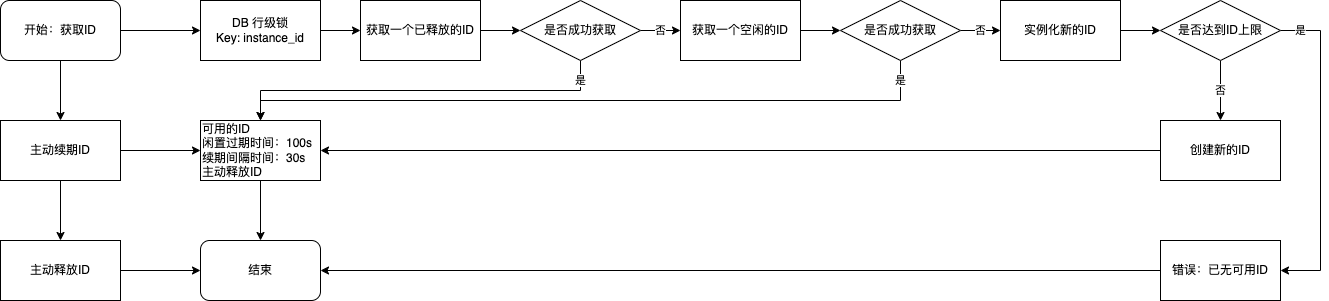
Above: docs/flow/node_id.drawio.png in go-micro-saas/nodeid-service (draw.io), before the change. Source tidied: cells renumbered, new cells last; positions are measured from the earlier drawing's top-left corner, leaving out a move shared by most shapes. The source it was exported from:
```xml
<mxGraphModel>
  <root>
    <mxCell id="0" />
    <mxCell id="1" parent="0" />
    <mxCell id="2" style="edgeStyle=orthogonalEdgeStyle;rounded=0;jettySize=auto;html=1;exitX=1;exitY=0.5;exitDx=0;exitDy=0;entryX=0;entryY=0.5;entryDx=0;entryDy=0;" parent="1" edge="1" source="3" target="5">
      <mxGeometry relative="1" as="geometry" />
    </mxCell>
    <mxCell id="3" value="DB 行级锁&lt;br&gt;Key: instance_id" style="rounded=0;whiteSpace=wrap;html=1;" parent="1" vertex="1">
      <mxGeometry x="200" width="120" height="60" as="geometry" />
    </mxCell>
    <mxCell id="4" style="edgeStyle=orthogonalEdgeStyle;rounded=0;jettySize=auto;html=1;" parent="1" edge="1" source="5" target="8">
      <mxGeometry relative="1" as="geometry" />
    </mxCell>
    <mxCell id="5" value="获取一个已释放的ID" style="rounded=0;whiteSpace=wrap;html=1;" parent="1" vertex="1">
      <mxGeometry x="360" width="120" height="60" as="geometry" />
    </mxCell>
    <mxCell id="6" value="否" style="edgeStyle=orthogonalEdgeStyle;rounded=0;jettySize=auto;html=1;exitX=1;exitY=0.5;exitDx=0;exitDy=0;" parent="1" edge="1" source="8" target="10">
      <mxGeometry relative="1" as="geometry" />
    </mxCell>
    <mxCell id="7" value="是" style="edgeStyle=orthogonalEdgeStyle;rounded=0;jettySize=auto;html=1;exitX=0.5;exitY=1;exitDx=0;exitDy=0;entryX=0.5;entryY=0;entryDx=0;entryDy=0;" parent="1" edge="1" source="8" target="25">
      <mxGeometry x="-0.89" relative="1" as="geometry" />
    </mxCell>
    <mxCell id="8" value="是否成功获取" style="rhombus;whiteSpace=wrap;html=1;rounded=0;" parent="1" vertex="1">
      <mxGeometry x="520" width="120" height="60" as="geometry" />
    </mxCell>
    <mxCell id="9" style="edgeStyle=orthogonalEdgeStyle;rounded=0;jettySize=auto;html=1;exitX=1;exitY=0.5;exitDx=0;exitDy=0;entryX=0;entryY=0.5;entryDx=0;entryDy=0;" parent="1" edge="1" source="10" target="13">
      <mxGeometry relative="1" as="geometry" />
    </mxCell>
    <mxCell id="10" value="获取一个空闲的ID" style="rounded=0;whiteSpace=wrap;html=1;" parent="1" vertex="1">
      <mxGeometry x="680" width="120" height="60" as="geometry" />
    </mxCell>
    <mxCell id="11" value="否" style="edgeStyle=orthogonalEdgeStyle;rounded=0;jettySize=auto;html=1;exitX=1;exitY=0.5;exitDx=0;exitDy=0;entryX=0;entryY=0.5;entryDx=0;entryDy=0;" parent="1" edge="1" source="13" target="15">
      <mxGeometry relative="1" as="geometry" />
    </mxCell>
    <mxCell id="12" value="是" style="edgeStyle=orthogonalEdgeStyle;rounded=0;jettySize=auto;html=1;exitX=0.5;exitY=1;exitDx=0;exitDy=0;" parent="1" edge="1" source="13" target="25">
      <mxGeometry x="-0.94" relative="1" as="geometry">
        <Array as="points">
          <mxPoint x="900" y="100" />
          <mxPoint x="260" y="100" />
        </Array>
      </mxGeometry>
    </mxCell>
    <mxCell id="13" value="是否成功获取" style="rhombus;whiteSpace=wrap;html=1;rounded=0;" parent="1" vertex="1">
      <mxGeometry x="840" width="120" height="60" as="geometry" />
    </mxCell>
    <mxCell id="14" style="edgeStyle=orthogonalEdgeStyle;rounded=0;jettySize=auto;html=1;exitX=1;exitY=0.5;exitDx=0;exitDy=0;entryX=0;entryY=0.5;entryDx=0;entryDy=0;" parent="1" edge="1" source="15" target="18">
      <mxGeometry relative="1" as="geometry" />
    </mxCell>
    <mxCell id="15" value="实例化新的ID" style="rounded=0;whiteSpace=wrap;html=1;" parent="1" vertex="1">
      <mxGeometry x="1000" width="120" height="60" as="geometry" />
    </mxCell>
    <mxCell id="16" value="否" style="edgeStyle=orthogonalEdgeStyle;rounded=0;jettySize=auto;html=1;exitX=0.5;exitY=1;exitDx=0;exitDy=0;entryX=0.5;entryY=0;entryDx=0;entryDy=0;" parent="1" edge="1" source="18" target="20">
      <mxGeometry relative="1" as="geometry" />
    </mxCell>
    <mxCell id="17" value="是" style="edgeStyle=orthogonalEdgeStyle;rounded=0;jettySize=auto;html=1;exitX=1;exitY=0.5;exitDx=0;exitDy=0;" parent="1" edge="1" source="18" target="23">
      <mxGeometry x="-0.88" relative="1" as="geometry">
        <Array as="points">
          <mxPoint x="1320" y="30" />
          <mxPoint x="1320" y="270" />
        </Array>
      </mxGeometry>
    </mxCell>
    <mxCell id="18" value="是否达到ID上限" style="rhombus;whiteSpace=wrap;html=1;rounded=0;" parent="1" vertex="1">
      <mxGeometry x="1160" width="120" height="60" as="geometry" />
    </mxCell>
    <mxCell id="19" style="edgeStyle=orthogonalEdgeStyle;rounded=0;jettySize=auto;html=1;exitX=0;exitY=0.5;exitDx=0;exitDy=0;" parent="1" edge="1" source="20" target="25">
      <mxGeometry x="-0.78" relative="1" as="geometry" />
    </mxCell>
    <mxCell id="20" value="创建新的ID" style="rounded=0;whiteSpace=wrap;html=1;" parent="1" vertex="1">
      <mxGeometry x="1160" y="120" width="120" height="60" as="geometry" />
    </mxCell>
    <mxCell id="21" value="结束" style="rounded=1;whiteSpace=wrap;html=1;" parent="1" vertex="1">
      <mxGeometry x="200" y="240" width="120" height="60" as="geometry" />
    </mxCell>
    <mxCell id="22" style="edgeStyle=orthogonalEdgeStyle;rounded=0;jettySize=auto;html=1;exitX=0;exitY=0.5;exitDx=0;exitDy=0;" parent="1" edge="1" source="23" target="21">
      <mxGeometry relative="1" as="geometry" />
    </mxCell>
    <mxCell id="23" value="错误：已无可用ID" style="rounded=0;whiteSpace=wrap;html=1;" parent="1" vertex="1">
      <mxGeometry x="1160" y="240" width="120" height="60" as="geometry" />
    </mxCell>
    <mxCell id="24" style="edgeStyle=orthogonalEdgeStyle;rounded=0;jettySize=auto;html=1;exitX=0.5;exitY=1;exitDx=0;exitDy=0;entryX=0.5;entryY=0;entryDx=0;entryDy=0;" parent="1" edge="1" source="25" target="21">
      <mxGeometry relative="1" as="geometry" />
    </mxCell>
    <mxCell id="25" value="可用的ID&lt;br&gt;闲置过期时间：100s&lt;br&gt;续期间隔时间：30s&lt;br&gt;主动释放ID" style="rounded=0;whiteSpace=wrap;html=1;align=left;" parent="1" vertex="1">
      <mxGeometry x="200" y="120" width="120" height="60" as="geometry" />
    </mxCell>
    <mxCell id="26" style="edgeStyle=orthogonalEdgeStyle;rounded=0;jettySize=auto;html=1;exitX=1;exitY=0.5;exitDx=0;exitDy=0;" parent="1" edge="1" source="28" target="3">
      <mxGeometry relative="1" as="geometry" />
    </mxCell>
    <mxCell id="27" style="edgeStyle=orthogonalEdgeStyle;rounded=0;jettySize=auto;html=1;exitX=0.5;exitY=1;exitDx=0;exitDy=0;" parent="1" edge="1" source="28" target="31">
      <mxGeometry relative="1" as="geometry" />
    </mxCell>
    <mxCell id="28" value="开始：获取ID" style="rounded=1;whiteSpace=wrap;html=1;" parent="1" vertex="1">
      <mxGeometry width="120" height="60" as="geometry" />
    </mxCell>
    <mxCell id="29" style="edgeStyle=orthogonalEdgeStyle;rounded=0;jettySize=auto;html=1;exitX=0.5;exitY=1;exitDx=0;exitDy=0;entryX=0.5;entryY=0;entryDx=0;entryDy=0;" parent="1" edge="1" source="31" target="33">
      <mxGeometry relative="1" as="geometry" />
    </mxCell>
    <mxCell id="30" style="edgeStyle=orthogonalEdgeStyle;rounded=0;jettySize=auto;html=1;exitX=1;exitY=0.5;exitDx=0;exitDy=0;" parent="1" edge="1" source="31" target="25">
      <mxGeometry relative="1" as="geometry" />
    </mxCell>
    <mxCell id="31" value="主动续期ID" style="rounded=0;whiteSpace=wrap;html=1;" parent="1" vertex="1">
      <mxGeometry y="120" width="120" height="60" as="geometry" />
    </mxCell>
    <mxCell id="32" style="edgeStyle=orthogonalEdgeStyle;rounded=0;jettySize=auto;html=1;exitX=1;exitY=0.5;exitDx=0;exitDy=0;" parent="1" edge="1" source="33" target="21">
      <mxGeometry relative="1" as="geometry" />
    </mxCell>
    <mxCell id="33" value="主动释放ID" style="rounded=0;whiteSpace=wrap;html=1;" parent="1" vertex="1">
      <mxGeometry y="240" width="120" height="60" as="geometry" />
    </mxCell>
  </root>
</mxGraphModel>
```
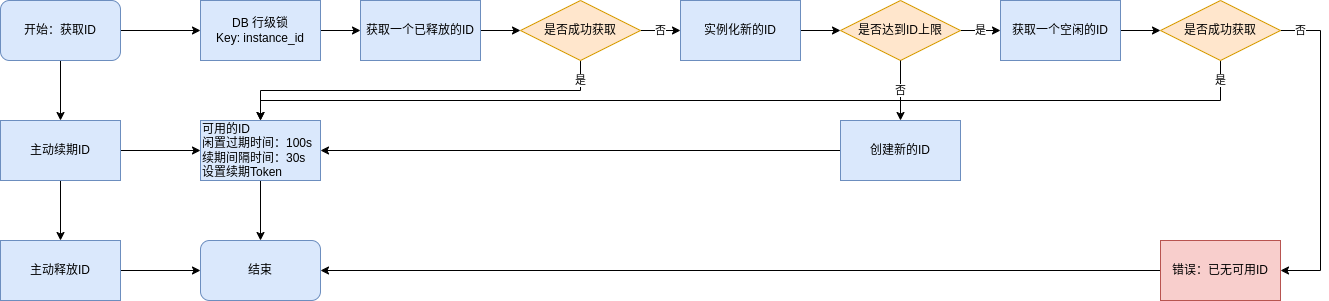
After the commit.

Commit message:
feat: 更新node-id获取流程图

What changed in the source:
```diff
@@ -5,13 +5,13 @@
     <mxCell id="2" style="edgeStyle=orthogonalEdgeStyle;rounded=0;jettySize=auto;html=1;exitX=1;exitY=0.5;exitDx=0;exitDy=0;entryX=0;entryY=0.5;entryDx=0;entryDy=0;" parent="1" edge="1" source="3" target="5">
       <mxGeometry relative="1" as="geometry" />
     </mxCell>
-    <mxCell id="3" value="DB 行级锁&lt;br&gt;Key: instance_id" style="rounded=0;whiteSpace=wrap;html=1;" parent="1" vertex="1">
+    <mxCell id="3" value="DB 行级锁&lt;br&gt;Key: instance_id" style="rounded=0;whiteSpace=wrap;html=1;fillColor=#dae8fc;strokeColor=#6c8ebf;" parent="1" vertex="1">
       <mxGeometry x="200" width="120" height="60" as="geometry" />
     </mxCell>
     <mxCell id="4" style="edgeStyle=orthogonalEdgeStyle;rounded=0;jettySize=auto;html=1;" parent="1" edge="1" source="5" target="8">
       <mxGeometry relative="1" as="geometry" />
     </mxCell>
-    <mxCell id="5" value="获取一个已释放的ID" style="rounded=0;whiteSpace=wrap;html=1;" parent="1" vertex="1">
+    <mxCell id="5" value="获取一个已释放的ID" style="rounded=0;whiteSpace=wrap;html=1;fillColor=#dae8fc;strokeColor=#6c8ebf;" parent="1" vertex="1">
       <mxGeometry x="360" width="120" height="60" as="geometry" />
     </mxCell>
     <mxCell id="6" value="否" style="edgeStyle=orthogonalEdgeStyle;rounded=0;jettySize=auto;html=1;exitX=1;exitY=0.5;exitDx=0;exitDy=0;" parent="1" edge="1" source="8" target="10">
@@ -20,39 +20,31 @@
     <mxCell id="7" value="是" style="edgeStyle=orthogonalEdgeStyle;rounded=0;jettySize=auto;html=1;exitX=0.5;exitY=1;exitDx=0;exitDy=0;entryX=0.5;entryY=0;entryDx=0;entryDy=0;" parent="1" edge="1" source="8" target="25">
       <mxGeometry x="-0.89" relative="1" as="geometry" />
     </mxCell>
-    <mxCell id="8" value="是否成功获取" style="rhombus;whiteSpace=wrap;html=1;rounded=0;" parent="1" vertex="1">
+    <mxCell id="8" value="是否成功获取" style="rhombus;whiteSpace=wrap;html=1;rounded=0;fillColor=#ffe6cc;strokeColor=#d79b00;" parent="1" vertex="1">
       <mxGeometry x="520" width="120" height="60" as="geometry" />
     </mxCell>
     <mxCell id="9" style="edgeStyle=orthogonalEdgeStyle;rounded=0;jettySize=auto;html=1;exitX=1;exitY=0.5;exitDx=0;exitDy=0;entryX=0;entryY=0.5;entryDx=0;entryDy=0;" parent="1" edge="1" source="10" target="13">
       <mxGeometry relative="1" as="geometry" />
     </mxCell>
-    <mxCell id="10" value="获取一个空闲的ID" style="rounded=0;whiteSpace=wrap;html=1;" parent="1" vertex="1">
+    <mxCell id="10" value="&lt;div&gt;实例化新的ID&lt;/div&gt;" style="rounded=0;whiteSpace=wrap;html=1;fillColor=#dae8fc;strokeColor=#6c8ebf;" parent="1" vertex="1">
       <mxGeometry x="680" width="120" height="60" as="geometry" />
     </mxCell>
-    <mxCell id="11" value="否" style="edgeStyle=orthogonalEdgeStyle;rounded=0;jettySize=auto;html=1;exitX=1;exitY=0.5;exitDx=0;exitDy=0;entryX=0;entryY=0.5;entryDx=0;entryDy=0;" parent="1" edge="1" source="13" target="15">
+    <mxCell id="11" value="是" style="edgeStyle=orthogonalEdgeStyle;rounded=0;jettySize=auto;html=1;exitX=1;exitY=0.5;exitDx=0;exitDy=0;entryX=0;entryY=0.5;entryDx=0;entryDy=0;" parent="1" edge="1" source="13" target="15">
       <mxGeometry relative="1" as="geometry" />
     </mxCell>
-    <mxCell id="12" value="是" style="edgeStyle=orthogonalEdgeStyle;rounded=0;jettySize=auto;html=1;exitX=0.5;exitY=1;exitDx=0;exitDy=0;" parent="1" edge="1" source="13" target="25">
-      <mxGeometry x="-0.94" relative="1" as="geometry">
-        <Array as="points">
-          <mxPoint x="900" y="100" />
-          <mxPoint x="260" y="100" />
-        </Array>
-      </mxGeometry>
-    </mxCell>
-    <mxCell id="13" value="是否成功获取" style="rhombus;whiteSpace=wrap;html=1;rounded=0;" parent="1" vertex="1">
+    <mxCell id="13" value="是否达到ID上限" style="rhombus;whiteSpace=wrap;html=1;rounded=0;fillColor=#ffe6cc;strokeColor=#d79b00;" parent="1" vertex="1">
       <mxGeometry x="840" width="120" height="60" as="geometry" />
     </mxCell>
     <mxCell id="14" style="edgeStyle=orthogonalEdgeStyle;rounded=0;jettySize=auto;html=1;exitX=1;exitY=0.5;exitDx=0;exitDy=0;entryX=0;entryY=0.5;entryDx=0;entryDy=0;" parent="1" edge="1" source="15" target="18">
       <mxGeometry relative="1" as="geometry" />
     </mxCell>
-    <mxCell id="15" value="实例化新的ID" style="rounded=0;whiteSpace=wrap;html=1;" parent="1" vertex="1">
+    <mxCell id="15" value="获取一个空闲的ID" style="rounded=0;whiteSpace=wrap;html=1;fillColor=#dae8fc;strokeColor=#6c8ebf;" parent="1" vertex="1">
       <mxGeometry x="1000" width="120" height="60" as="geometry" />
     </mxCell>
-    <mxCell id="16" value="否" style="edgeStyle=orthogonalEdgeStyle;rounded=0;jettySize=auto;html=1;exitX=0.5;exitY=1;exitDx=0;exitDy=0;entryX=0.5;entryY=0;entryDx=0;entryDy=0;" parent="1" edge="1" source="18" target="20">
+    <mxCell id="16" value="否" style="edgeStyle=orthogonalEdgeStyle;rounded=0;jettySize=auto;html=1;entryX=0.5;entryY=0;entryDx=0;entryDy=0;exitX=0.5;exitY=1;exitDx=0;exitDy=0;" parent="1" edge="1" source="13" target="20">
       <mxGeometry relative="1" as="geometry" />
     </mxCell>
-    <mxCell id="17" value="是" style="edgeStyle=orthogonalEdgeStyle;rounded=0;jettySize=auto;html=1;exitX=1;exitY=0.5;exitDx=0;exitDy=0;" parent="1" edge="1" source="18" target="23">
+    <mxCell id="17" value="否" style="edgeStyle=orthogonalEdgeStyle;rounded=0;jettySize=auto;html=1;exitX=1;exitY=0.5;exitDx=0;exitDy=0;" parent="1" edge="1" source="18" target="23">
       <mxGeometry x="-0.88" relative="1" as="geometry">
         <Array as="points">
           <mxPoint x="1320" y="30" />
@@ -60,28 +52,36 @@
         </Array>
       </mxGeometry>
     </mxCell>
+    <mxCell id="12" value="是" style="edgeStyle=orthogonalEdgeStyle;rounded=0;jettySize=auto;html=1;exitX=0.5;exitY=1;exitDx=0;exitDy=0;entryX=0.5;entryY=0;entryDx=0;entryDy=0;" parent="1" edge="1" source="18" target="25">
+      <mxGeometry x="-0.96" relative="1" as="geometry">
+        <Array as="points">
+          <mxPoint x="1220" y="100" />
+          <mxPoint x="260" y="100" />
+        </Array>
+      </mxGeometry>
+    </mxCell>
-    <mxCell id="18" value="是否达到ID上限" style="rhombus;whiteSpace=wrap;html=1;rounded=0;" parent="1" vertex="1">
+    <mxCell id="18" value="&lt;div&gt;是否成功获取&lt;/div&gt;" style="rhombus;whiteSpace=wrap;html=1;rounded=0;fillColor=#ffe6cc;strokeColor=#d79b00;" parent="1" vertex="1">
       <mxGeometry x="1160" width="120" height="60" as="geometry" />
     </mxCell>
     <mxCell id="19" style="edgeStyle=orthogonalEdgeStyle;rounded=0;jettySize=auto;html=1;exitX=0;exitY=0.5;exitDx=0;exitDy=0;" parent="1" edge="1" source="20" target="25">
       <mxGeometry x="-0.78" relative="1" as="geometry" />
     </mxCell>
-    <mxCell id="20" value="创建新的ID" style="rounded=0;whiteSpace=wrap;html=1;" parent="1" vertex="1">
-      <mxGeometry x="1160" y="120" width="120" height="60" as="geometry" />
+    <mxCell id="20" value="创建新的ID" style="rounded=0;whiteSpace=wrap;html=1;fillColor=#dae8fc;strokeColor=#6c8ebf;" parent="1" vertex="1">
+      <mxGeometry x="840" y="120" width="120" height="60" as="geometry" />
     </mxCell>
-    <mxCell id="21" value="结束" style="rounded=1;whiteSpace=wrap;html=1;" parent="1" vertex="1">
+    <mxCell id="21" value="结束" style="rounded=1;whiteSpace=wrap;html=1;fillColor=#dae8fc;strokeColor=#6c8ebf;" parent="1" vertex="1">
       <mxGeometry x="200" y="240" width="120" height="60" as="geometry" />
     </mxCell>
     <mxCell id="22" style="edgeStyle=orthogonalEdgeStyle;rounded=0;jettySize=auto;html=1;exitX=0;exitY=0.5;exitDx=0;exitDy=0;" parent="1" edge="1" source="23" target="21">
       <mxGeometry relative="1" as="geometry" />
     </mxCell>
-    <mxCell id="23" value="错误：已无可用ID" style="rounded=0;whiteSpace=wrap;html=1;" parent="1" vertex="1">
+    <mxCell id="23" value="错误：已无可用ID" style="rounded=0;whiteSpace=wrap;html=1;fillColor=#f8cecc;strokeColor=#b85450;" parent="1" vertex="1">
       <mxGeometry x="1160" y="240" width="120" height="60" as="geometry" />
     </mxCell>
     <mxCell id="24" style="edgeStyle=orthogonalEdgeStyle;rounded=0;jettySize=auto;html=1;exitX=0.5;exitY=1;exitDx=0;exitDy=0;entryX=0.5;entryY=0;entryDx=0;entryDy=0;" parent="1" edge="1" source="25" target="21">
       <mxGeometry relative="1" as="geometry" />
     </mxCell>
-    <mxCell id="25" value="可用的ID&lt;br&gt;闲置过期时间：100s&lt;br&gt;续期间隔时间：30s&lt;br&gt;主动释放ID" style="rounded=0;whiteSpace=wrap;html=1;align=left;" parent="1" vertex="1">
+    <mxCell id="25" value="可用的ID&lt;br&gt;闲置过期时间：100s&lt;br&gt;续期间隔时间：30s&lt;br&gt;设置续期Token" style="rounded=0;whiteSpace=wrap;html=1;align=left;fillColor=#dae8fc;strokeColor=#6c8ebf;" parent="1" vertex="1">
       <mxGeometry x="200" y="120" width="120" height="60" as="geometry" />
     </mxCell>
     <mxCell id="26" style="edgeStyle=orthogonalEdgeStyle;rounded=0;jettySize=auto;html=1;exitX=1;exitY=0.5;exitDx=0;exitDy=0;" parent="1" edge="1" source="28" target="3">
@@ -90,7 +90,7 @@
     <mxCell id="27" style="edgeStyle=orthogonalEdgeStyle;rounded=0;jettySize=auto;html=1;exitX=0.5;exitY=1;exitDx=0;exitDy=0;" parent="1" edge="1" source="28" target="31">
       <mxGeometry relative="1" as="geometry" />
     </mxCell>
-    <mxCell id="28" value="开始：获取ID" style="rounded=1;whiteSpace=wrap;html=1;" parent="1" vertex="1">
+    <mxCell id="28" value="开始：获取ID" style="rounded=1;whiteSpace=wrap;html=1;fillColor=#dae8fc;strokeColor=#6c8ebf;" parent="1" vertex="1">
       <mxGeometry width="120" height="60" as="geometry" />
     </mxCell>
     <mxCell id="29" style="edgeStyle=orthogonalEdgeStyle;rounded=0;jettySize=auto;html=1;exitX=0.5;exitY=1;exitDx=0;exitDy=0;entryX=0.5;entryY=0;entryDx=0;entryDy=0;" parent="1" edge="1" source="31" target="33">
@@ -99,13 +99,13 @@
     <mxCell id="30" style="edgeStyle=orthogonalEdgeStyle;rounded=0;jettySize=auto;html=1;exitX=1;exitY=0.5;exitDx=0;exitDy=0;" parent="1" edge="1" source="31" target="25">
       <mxGeometry relative="1" as="geometry" />
     </mxCell>
-    <mxCell id="31" value="主动续期ID" style="rounded=0;whiteSpace=wrap;html=1;" parent="1" vertex="1">
+    <mxCell id="31" value="主动续期ID" style="rounded=0;whiteSpace=wrap;html=1;fillColor=#dae8fc;strokeColor=#6c8ebf;" parent="1" vertex="1">
       <mxGeometry y="120" width="120" height="60" as="geometry" />
     </mxCell>
     <mxCell id="32" style="edgeStyle=orthogonalEdgeStyle;rounded=0;jettySize=auto;html=1;exitX=1;exitY=0.5;exitDx=0;exitDy=0;" parent="1" edge="1" source="33" target="21">
       <mxGeometry relative="1" as="geometry" />
     </mxCell>
-    <mxCell id="33" value="主动释放ID" style="rounded=0;whiteSpace=wrap;html=1;" parent="1" vertex="1">
+    <mxCell id="33" value="主动释放ID" style="rounded=0;whiteSpace=wrap;html=1;fillColor=#dae8fc;strokeColor=#6c8ebf;" parent="1" vertex="1">
       <mxGeometry y="240" width="120" height="60" as="geometry" />
     </mxCell>
   </root>
```
